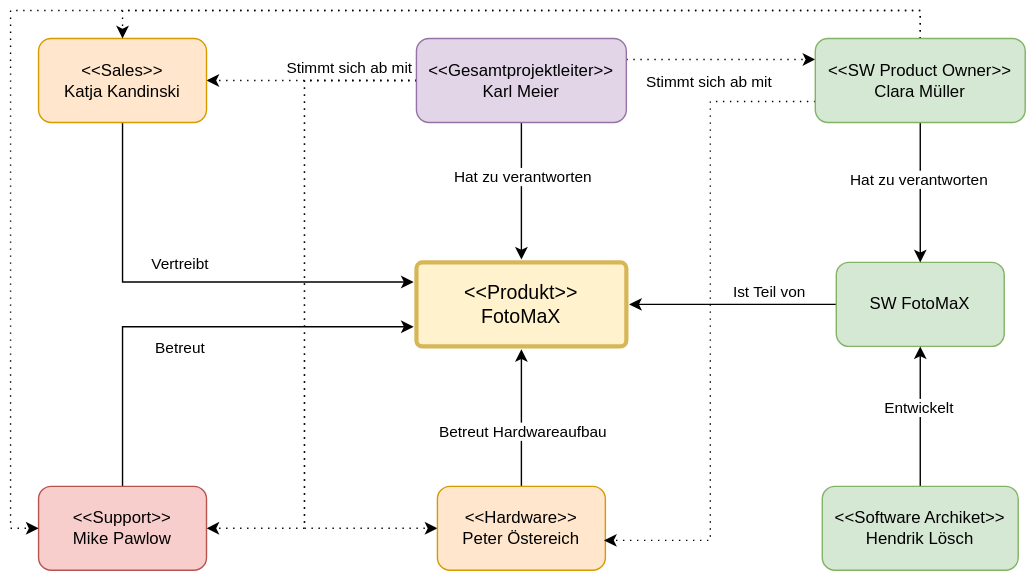
Above: Stakeholdermap.svg in HerrLoesch/FotoMaX-Architecture-Documentation (draw.io), before the change. Source tidied: cells renumbered, new cells last; positions are measured from the earlier drawing's top-left corner, leaving out a move shared by most shapes. The source it was exported from:
```xml
<mxGraphModel background="#ffffff">
  <root>
    <mxCell id="0" />
    <mxCell id="1" parent="0" />
    <mxCell id="2" value="&amp;lt;&amp;lt;Produkt&amp;gt;&amp;gt;&lt;br&gt;FotoMaX" style="rounded=1;whiteSpace=wrap;html=1;shadow=0;labelBackgroundColor=none;strokeColor=#d6b656;strokeWidth=3;fillColor=#fff2cc;fontFamily=Helvetica;fontSize=14;align=center;spacing=5;arcSize=7;perimeterSpacing=2;" parent="1" vertex="1">
      <mxGeometry x="290" y="180" width="150" height="60" as="geometry" />
    </mxCell>
    <mxCell id="3" style="edgeStyle=orthogonalEdgeStyle;rounded=0;jettySize=auto;html=1;" parent="1" edge="1" source="11" target="2">
      <mxGeometry relative="1" as="geometry" />
    </mxCell>
    <mxCell id="4" value="Hat zu verantworten" style="edgeLabel;html=1;align=center;verticalAlign=middle;" parent="3" vertex="1">
      <mxGeometry x="-0.5" y="4" relative="1" as="geometry">
        <mxPoint x="-4" y="13" as="offset" />
      </mxGeometry>
    </mxCell>
    <mxCell id="5" style="edgeStyle=orthogonalEdgeStyle;rounded=0;jettySize=auto;html=1;entryX=1;entryY=0.5;entryDx=0;entryDy=0;dashed=1;dashPattern=1 4;" parent="1" edge="1" source="11" target="14">
      <mxGeometry relative="1" as="geometry" />
    </mxCell>
    <mxCell id="6" style="edgeStyle=orthogonalEdgeStyle;rounded=0;jettySize=auto;html=1;entryX=1;entryY=0.5;entryDx=0;entryDy=0;dashed=1;dashPattern=1 4;" parent="1" edge="1" source="11" target="17">
      <mxGeometry relative="1" as="geometry">
        <Array as="points">
          <mxPoint x="210" y="50" />
          <mxPoint x="210" y="370" />
        </Array>
      </mxGeometry>
    </mxCell>
    <mxCell id="7" value="Stimmt sich ab mit" style="edgeLabel;html=1;align=center;verticalAlign=middle;" parent="6" vertex="1">
      <mxGeometry x="-0.89" y="-1" relative="1" as="geometry">
        <mxPoint x="-24" y="-9" as="offset" />
      </mxGeometry>
    </mxCell>
    <mxCell id="8" style="edgeStyle=orthogonalEdgeStyle;rounded=0;jettySize=auto;html=1;entryX=0;entryY=0.5;entryDx=0;entryDy=0;dashed=1;dashPattern=1 4;exitX=0;exitY=0.5;exitDx=0;exitDy=0;" parent="1" edge="1" source="11" target="23">
      <mxGeometry relative="1" as="geometry">
        <Array as="points">
          <mxPoint x="210" y="50" />
          <mxPoint x="210" y="370" />
        </Array>
      </mxGeometry>
    </mxCell>
    <mxCell id="9" style="edgeStyle=orthogonalEdgeStyle;rounded=0;jettySize=auto;html=1;dashed=1;dashPattern=1 4;exitX=1;exitY=0.25;exitDx=0;exitDy=0;entryX=0;entryY=0.25;entryDx=0;entryDy=0;" parent="1" edge="1" source="11" target="29">
      <mxGeometry relative="1" as="geometry" />
    </mxCell>
    <mxCell id="10" value="Stimmt sich ab mit" style="edgeLabel;html=1;align=center;verticalAlign=middle;" parent="9" vertex="1">
      <mxGeometry x="-0.26" y="-1" relative="1" as="geometry">
        <mxPoint x="8.1" y="14" as="offset" />
      </mxGeometry>
    </mxCell>
    <mxCell id="11" value="&amp;lt;&amp;lt;Gesamtprojektleiter&amp;gt;&amp;gt;&lt;br&gt;Karl Meier" style="rounded=1;whiteSpace=wrap;html=1;fillColor=#e1d5e7;strokeColor=#9673a6;" parent="1" vertex="1">
      <mxGeometry x="290" y="20" width="150" height="60" as="geometry" />
    </mxCell>
    <mxCell id="12" style="edgeStyle=orthogonalEdgeStyle;rounded=0;jettySize=auto;html=1;entryX=0;entryY=0.25;entryDx=0;entryDy=0;" parent="1" edge="1" source="14" target="2">
      <mxGeometry relative="1" as="geometry">
        <Array as="points">
          <mxPoint x="80" y="194" />
        </Array>
      </mxGeometry>
    </mxCell>
    <mxCell id="13" value="Vertreibt" style="edgeLabel;html=1;align=center;verticalAlign=middle;" parent="12" vertex="1">
      <mxGeometry x="-0.72" y="4" relative="1" as="geometry">
        <mxPoint x="36" y="56" as="offset" />
      </mxGeometry>
    </mxCell>
    <mxCell id="14" value="&amp;lt;&amp;lt;Sales&amp;gt;&amp;gt;&lt;br&gt;Katja Kandinski" style="rounded=1;whiteSpace=wrap;html=1;fillColor=#ffe6cc;strokeColor=#d79b00;" parent="1" vertex="1">
      <mxGeometry x="20" y="20" width="120" height="60" as="geometry" />
    </mxCell>
    <mxCell id="15" style="edgeStyle=orthogonalEdgeStyle;rounded=0;jettySize=auto;html=1;entryX=0;entryY=0.75;entryDx=0;entryDy=0;" parent="1" edge="1" source="17" target="2">
      <mxGeometry relative="1" as="geometry">
        <Array as="points">
          <mxPoint x="80" y="226" />
        </Array>
      </mxGeometry>
    </mxCell>
    <mxCell id="16" value="Betreut" style="edgeLabel;html=1;align=center;verticalAlign=middle;" parent="15" vertex="1">
      <mxGeometry x="-0.46" relative="1" as="geometry">
        <mxPoint x="40" y="-12" as="offset" />
      </mxGeometry>
    </mxCell>
    <mxCell id="17" value="&amp;lt;&amp;lt;Support&amp;gt;&amp;gt;&lt;br&gt;Mike Pawlow" style="rounded=1;whiteSpace=wrap;html=1;fillColor=#f8cecc;strokeColor=#b85450;" parent="1" vertex="1">
      <mxGeometry x="20" y="340" width="120" height="60" as="geometry" />
    </mxCell>
    <mxCell id="18" style="edgeStyle=orthogonalEdgeStyle;rounded=0;jettySize=auto;html=1;" parent="1" edge="1" source="20" target="2">
      <mxGeometry relative="1" as="geometry" />
    </mxCell>
    <mxCell id="19" value="Ist Teil von" style="edgeLabel;html=1;align=center;verticalAlign=middle;" parent="18" vertex="1">
      <mxGeometry x="-0.34" relative="1" as="geometry">
        <mxPoint y="-10" as="offset" />
      </mxGeometry>
    </mxCell>
    <mxCell id="20" value="SW FotoMaX" style="rounded=1;whiteSpace=wrap;html=1;fillColor=#d5e8d4;strokeColor=#82b366;" parent="1" vertex="1">
      <mxGeometry x="590" y="180" width="120" height="60" as="geometry" />
    </mxCell>
    <mxCell id="21" style="edgeStyle=orthogonalEdgeStyle;rounded=0;jettySize=auto;html=1;entryX=0.5;entryY=1;entryDx=0;entryDy=0;" parent="1" edge="1" source="23" target="2">
      <mxGeometry relative="1" as="geometry" />
    </mxCell>
    <mxCell id="22" value="Betreut Hardwareaufbau" style="edgeLabel;html=1;align=center;verticalAlign=middle;" parent="21" vertex="1">
      <mxGeometry x="-0.19" relative="1" as="geometry" />
    </mxCell>
    <mxCell id="23" value="&amp;lt;&amp;lt;Hardware&amp;gt;&amp;gt;&lt;br&gt;Peter Östereich" style="rounded=1;whiteSpace=wrap;html=1;fillColor=#ffe6cc;strokeColor=#d79b00;" parent="1" vertex="1">
      <mxGeometry x="305" y="340" width="120" height="60" as="geometry" />
    </mxCell>
    <mxCell id="24" style="edgeStyle=orthogonalEdgeStyle;rounded=0;jettySize=auto;html=1;entryX=0.992;entryY=0.644;entryDx=0;entryDy=0;entryPerimeter=0;dashed=1;dashPattern=1 4;exitX=0;exitY=0.75;exitDx=0;exitDy=0;" parent="1" edge="1" source="29" target="23">
      <mxGeometry relative="1" as="geometry" />
    </mxCell>
    <mxCell id="25" style="edgeStyle=orthogonalEdgeStyle;rounded=0;jettySize=auto;html=1;exitX=0.5;exitY=1;exitDx=0;exitDy=0;" parent="1" edge="1" source="29" target="20">
      <mxGeometry relative="1" as="geometry" />
    </mxCell>
    <mxCell id="26" value="Hat zu verantworten" style="edgeLabel;html=1;align=center;verticalAlign=middle;" parent="25" vertex="1">
      <mxGeometry x="-0.21" y="-2" relative="1" as="geometry" />
    </mxCell>
    <mxCell id="27" style="edgeStyle=orthogonalEdgeStyle;rounded=0;jettySize=auto;html=1;entryX=0.5;entryY=0;entryDx=0;entryDy=0;dashed=1;dashPattern=1 4;" parent="1" edge="1" source="29" target="14">
      <mxGeometry relative="1" as="geometry">
        <Array as="points">
          <mxPoint x="650" />
          <mxPoint x="80" />
        </Array>
      </mxGeometry>
    </mxCell>
    <mxCell id="28" style="edgeStyle=orthogonalEdgeStyle;rounded=0;jettySize=auto;html=1;entryX=0;entryY=0.5;entryDx=0;entryDy=0;dashed=1;dashPattern=1 4;" parent="1" edge="1" source="29" target="17">
      <mxGeometry relative="1" as="geometry">
        <Array as="points">
          <mxPoint x="650" />
          <mxPoint />
          <mxPoint y="370" />
        </Array>
      </mxGeometry>
    </mxCell>
    <mxCell id="29" value="&amp;lt;&amp;lt;SW Product Owner&amp;gt;&amp;gt;&lt;br&gt;Clara Müller" style="rounded=1;whiteSpace=wrap;html=1;fillColor=#d5e8d4;strokeColor=#82b366;" parent="1" vertex="1">
      <mxGeometry x="575" y="20" width="150" height="60" as="geometry" />
    </mxCell>
    <mxCell id="30" style="edgeStyle=orthogonalEdgeStyle;rounded=0;jettySize=auto;html=1;entryX=0.5;entryY=1;entryDx=0;entryDy=0;" parent="1" edge="1" source="32" target="20">
      <mxGeometry relative="1" as="geometry">
        <Array as="points">
          <mxPoint x="650" y="280" />
          <mxPoint x="650" y="280" />
        </Array>
      </mxGeometry>
    </mxCell>
    <mxCell id="31" value="Entwickelt" style="edgeLabel;html=1;align=center;verticalAlign=middle;" parent="30" vertex="1">
      <mxGeometry x="0.14" y="2" relative="1" as="geometry" />
    </mxCell>
    <mxCell id="32" value="&amp;lt;&amp;lt;Software Archiket&amp;gt;&amp;gt;&lt;br&gt;Hendrik Lösch" style="rounded=1;whiteSpace=wrap;html=1;fillColor=#d5e8d4;strokeColor=#82b366;" parent="1" vertex="1">
      <mxGeometry x="580" y="340" width="140" height="60" as="geometry" />
    </mxCell>
  </root>
</mxGraphModel>
```
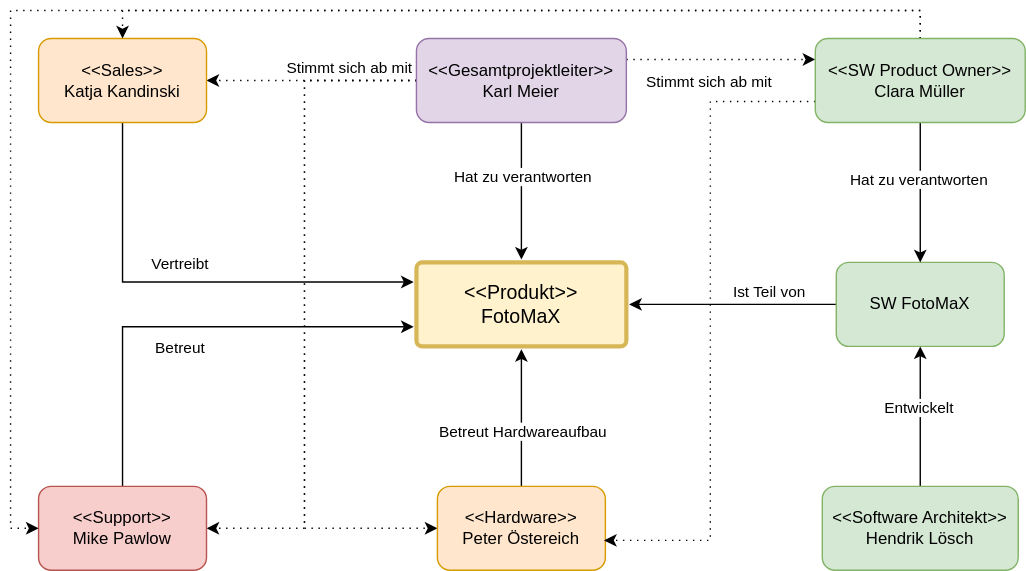
After the change.

What changed in the source:
```diff
@@ -138,7 +138,7 @@
     <mxCell id="31" value="Entwickelt" style="edgeLabel;html=1;align=center;verticalAlign=middle;" parent="30" vertex="1">
       <mxGeometry x="0.14" y="2" relative="1" as="geometry" />
     </mxCell>
-    <mxCell id="32" value="&amp;lt;&amp;lt;Software Archiket&amp;gt;&amp;gt;&lt;br&gt;Hendrik Lösch" style="rounded=1;whiteSpace=wrap;html=1;fillColor=#d5e8d4;strokeColor=#82b366;" parent="1" vertex="1">
+    <mxCell id="32" value="&amp;lt;&amp;lt;Software Architekt&amp;gt;&amp;gt;&lt;br&gt;Hendrik Lösch" style="rounded=1;whiteSpace=wrap;html=1;fillColor=#d5e8d4;strokeColor=#82b366;" parent="1" vertex="1">
       <mxGeometry x="580" y="340" width="140" height="60" as="geometry" />
     </mxCell>
   </root>
```
